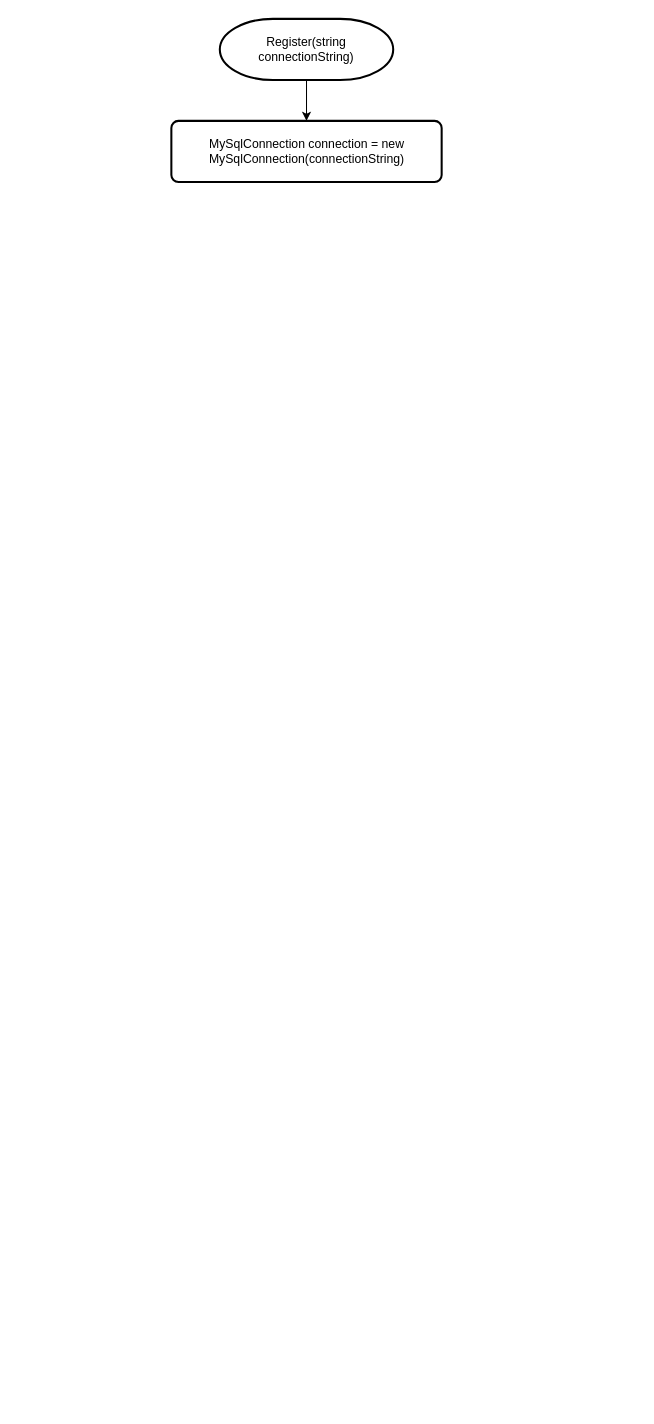
Before: page "Register" (3 of 20) of Untitled Diagram.drawio in AdliXSec/FlowchartTubes, a draw.io diagram. Source tidied: cells renumbered, new cells numbered last; positions are measured from the earlier drawing's top-left corner, leaving out a move shared by most shapes. Both pictures are drawn from the tidied source at 102%, with x=0, y=0 at pixel (170, 18).
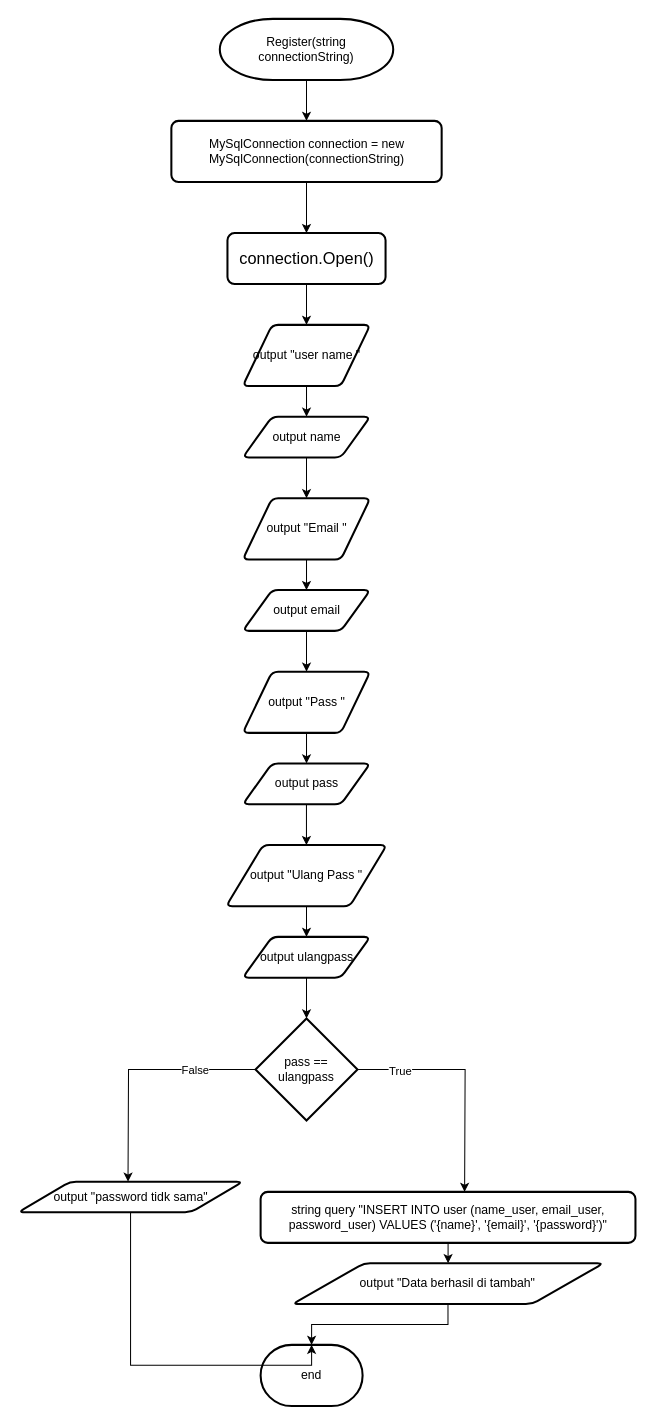
Above is the later version.

Unchanged cells that the change refers to:
```xml
<mxCell id="4" value="MySqlConnection connection = new MySqlConnection(connectionString)" style="rounded=1;whiteSpace=wrap;html=1;absoluteArcSize=1;arcSize=14;strokeWidth=2;" parent="1" vertex="1">
  <mxGeometry x="0.5" y="100" width="265" height="60" as="geometry" />
</mxCell>
```

The edit, as a diff of the source:
```diff
@@
+    <mxCell id="5" style="edgeStyle=orthogonalEdgeStyle;rounded=0;jettySize=auto;html=1;entryX=0.5;entryY=0;entryDx=0;entryDy=0;" parent="1" edge="1" source="4" target="7">
+      <mxGeometry relative="1" as="geometry" />
+    </mxCell>
@@
+    <mxCell id="6" style="edgeStyle=orthogonalEdgeStyle;rounded=0;jettySize=auto;html=1;" parent="1" edge="1" source="7">
+      <mxGeometry relative="1" as="geometry">
+        <mxPoint x="133" y="300" as="targetPoint" />
+      </mxGeometry>
+    </mxCell>
+    <mxCell id="7" value="&lt;font style=&quot;font-size: 16px;&quot;&gt;connection.Open()&lt;/font&gt;" style="rounded=1;whiteSpace=wrap;html=1;absoluteArcSize=1;arcSize=14;strokeWidth=2;" parent="1" vertex="1">
+      <mxGeometry x="55.5" y="210" width="155" height="50" as="geometry" />
+    </mxCell>
+    <mxCell id="8" style="edgeStyle=orthogonalEdgeStyle;rounded=0;jettySize=auto;html=1;entryX=0.5;entryY=0;entryDx=0;entryDy=0;" parent="1" edge="1" source="9" target="11">
+      <mxGeometry relative="1" as="geometry" />
+    </mxCell>
+    <mxCell id="9" value="output &quot;user name &quot;" style="shape=parallelogram;html=1;strokeWidth=2;perimeter=parallelogramPerimeter;whiteSpace=wrap;rounded=1;arcSize=12;size=0.23;" parent="1" vertex="1">
+      <mxGeometry x="70.5" y="300" width="125" height="60" as="geometry" />
+    </mxCell>
+    <mxCell id="10" style="edgeStyle=orthogonalEdgeStyle;rounded=0;jettySize=auto;html=1;entryX=0.5;entryY=0;entryDx=0;entryDy=0;" parent="1" edge="1" source="11" target="13">
+      <mxGeometry relative="1" as="geometry" />
+    </mxCell>
+    <mxCell id="11" value="output name" style="shape=parallelogram;html=1;strokeWidth=2;perimeter=parallelogramPerimeter;whiteSpace=wrap;rounded=1;arcSize=12;size=0.23;" parent="1" vertex="1">
+      <mxGeometry x="70.5" y="390" width="125" height="40" as="geometry" />
+    </mxCell>
+    <mxCell id="12" style="edgeStyle=orthogonalEdgeStyle;rounded=0;jettySize=auto;html=1;entryX=0.5;entryY=0;entryDx=0;entryDy=0;" parent="1" edge="1" source="13" target="15">
+      <mxGeometry relative="1" as="geometry" />
+    </mxCell>
+    <mxCell id="13" value="output &quot;Email &quot;" style="shape=parallelogram;html=1;strokeWidth=2;perimeter=parallelogramPerimeter;whiteSpace=wrap;rounded=1;arcSize=12;size=0.23;" parent="1" vertex="1">
+      <mxGeometry x="70.5" y="470" width="125" height="60" as="geometry" />
+    </mxCell>
+    <mxCell id="14" style="edgeStyle=orthogonalEdgeStyle;rounded=0;jettySize=auto;html=1;" parent="1" edge="1" source="15" target="17">
+      <mxGeometry relative="1" as="geometry" />
+    </mxCell>
+    <mxCell id="15" value="output email" style="shape=parallelogram;html=1;strokeWidth=2;perimeter=parallelogramPerimeter;whiteSpace=wrap;rounded=1;arcSize=12;size=0.23;" parent="1" vertex="1">
+      <mxGeometry x="70.5" y="560" width="125" height="40" as="geometry" />
+    </mxCell>
+    <mxCell id="16" style="edgeStyle=orthogonalEdgeStyle;rounded=0;jettySize=auto;html=1;entryX=0.5;entryY=0;entryDx=0;entryDy=0;" parent="1" edge="1" source="17" target="19">
+      <mxGeometry relative="1" as="geometry" />
+    </mxCell>
+    <mxCell id="17" value="output &quot;Pass &quot;" style="shape=parallelogram;html=1;strokeWidth=2;perimeter=parallelogramPerimeter;whiteSpace=wrap;rounded=1;arcSize=12;size=0.23;" parent="1" vertex="1">
+      <mxGeometry x="70.5" y="640" width="125" height="60" as="geometry" />
+    </mxCell>
+    <mxCell id="18" style="edgeStyle=orthogonalEdgeStyle;rounded=0;jettySize=auto;html=1;entryX=0.5;entryY=0;entryDx=0;entryDy=0;" parent="1" edge="1" source="19" target="21">
+      <mxGeometry relative="1" as="geometry" />
+    </mxCell>
+    <mxCell id="19" value="output pass" style="shape=parallelogram;html=1;strokeWidth=2;perimeter=parallelogramPerimeter;whiteSpace=wrap;rounded=1;arcSize=12;size=0.23;" parent="1" vertex="1">
+      <mxGeometry x="70.5" y="730" width="125" height="40" as="geometry" />
+    </mxCell>
+    <mxCell id="20" style="edgeStyle=orthogonalEdgeStyle;rounded=0;jettySize=auto;html=1;entryX=0.5;entryY=0;entryDx=0;entryDy=0;" parent="1" edge="1" source="21" target="23">
+      <mxGeometry relative="1" as="geometry" />
+    </mxCell>
+    <mxCell id="21" value="output &quot;Ulang Pass &quot;" style="shape=parallelogram;html=1;strokeWidth=2;perimeter=parallelogramPerimeter;whiteSpace=wrap;rounded=1;arcSize=12;size=0.23;" parent="1" vertex="1">
+      <mxGeometry x="54.2" y="810" width="157.5" height="60" as="geometry" />
+    </mxCell>
+    <mxCell id="22" style="edgeStyle=orthogonalEdgeStyle;rounded=0;jettySize=auto;html=1;" parent="1" edge="1" source="23" target="28">
+      <mxGeometry relative="1" as="geometry" />
+    </mxCell>
+    <mxCell id="23" value="output ulangpass" style="shape=parallelogram;html=1;strokeWidth=2;perimeter=parallelogramPerimeter;whiteSpace=wrap;rounded=1;arcSize=12;size=0.23;" parent="1" vertex="1">
+      <mxGeometry x="70.5" y="900" width="125" height="40" as="geometry" />
+    </mxCell>
+    <mxCell id="24" style="edgeStyle=orthogonalEdgeStyle;rounded=0;jettySize=auto;html=1;" parent="1" edge="1" source="28">
+      <mxGeometry relative="1" as="geometry">
+        <mxPoint x="288" y="1150" as="targetPoint" />
+      </mxGeometry>
+    </mxCell>
+    <mxCell id="25" value="True" style="edgeLabel;html=1;align=center;verticalAlign=middle;" parent="24" vertex="1">
+      <mxGeometry x="-0.64" y="-1" relative="1" as="geometry" />
+    </mxCell>
+    <mxCell id="26" style="edgeStyle=orthogonalEdgeStyle;rounded=0;jettySize=auto;html=1;" parent="1" edge="1" source="28">
+      <mxGeometry relative="1" as="geometry">
+        <mxPoint x="-42" y="1140" as="targetPoint" />
+      </mxGeometry>
+    </mxCell>
+    <mxCell id="27" value="False" style="edgeLabel;html=1;align=center;verticalAlign=middle;" parent="26" vertex="1">
+      <mxGeometry x="-0.49" relative="1" as="geometry" />
+    </mxCell>
+    <mxCell id="28" value="pass == ulangpass" style="strokeWidth=2;html=1;shape=mxgraph.flowchart.decision;whiteSpace=wrap;" parent="1" vertex="1">
+      <mxGeometry x="83" y="980" width="100" height="100" as="geometry" />
+    </mxCell>
+    <mxCell id="29" style="edgeStyle=orthogonalEdgeStyle;rounded=0;jettySize=auto;html=1;" parent="1" edge="1" source="30" target="31">
+      <mxGeometry relative="1" as="geometry" />
+    </mxCell>
+    <mxCell id="30" value="string query &quot;INSERT INTO user (name_user, email_user, password_user) VALUES ('{name}', '{email}', '{password}')&quot;" style="rounded=1;whiteSpace=wrap;html=1;absoluteArcSize=1;arcSize=14;strokeWidth=2;" parent="1" vertex="1">
+      <mxGeometry x="88" y="1150" width="367.5" height="50" as="geometry" />
+    </mxCell>
+    <mxCell id="31" value="output &quot;Data berhasil di tambah&quot;" style="shape=parallelogram;html=1;strokeWidth=2;perimeter=parallelogramPerimeter;whiteSpace=wrap;rounded=1;arcSize=12;size=0.23;" parent="1" vertex="1">
+      <mxGeometry x="119.2" y="1220" width="305" height="40" as="geometry" />
+    </mxCell>
+    <mxCell id="32" value="output &quot;password tidk sama&quot;" style="shape=parallelogram;html=1;strokeWidth=2;perimeter=parallelogramPerimeter;whiteSpace=wrap;rounded=1;arcSize=12;size=0.23;" parent="1" vertex="1">
+      <mxGeometry x="-149.5" y="1140" width="220" height="30" as="geometry" />
+    </mxCell>
+    <mxCell id="33" value="end" style="strokeWidth=2;html=1;shape=mxgraph.flowchart.terminator;whiteSpace=wrap;" parent="1" vertex="1">
+      <mxGeometry x="88" y="1300" width="100" height="60" as="geometry" />
+    </mxCell>
+    <mxCell id="34" style="edgeStyle=orthogonalEdgeStyle;rounded=0;jettySize=auto;html=1;entryX=0.5;entryY=0;entryDx=0;entryDy=0;entryPerimeter=0;" parent="1" edge="1" source="32" target="33">
+      <mxGeometry relative="1" as="geometry">
+        <Array as="points">
+          <mxPoint x="-40" y="1320" />
+          <mxPoint x="138" y="1320" />
+        </Array>
+      </mxGeometry>
+    </mxCell>
+    <mxCell id="35" style="edgeStyle=orthogonalEdgeStyle;rounded=0;jettySize=auto;html=1;entryX=0.5;entryY=0;entryDx=0;entryDy=0;entryPerimeter=0;" parent="1" edge="1" source="31" target="33">
+      <mxGeometry relative="1" as="geometry" />
+    </mxCell>
```
